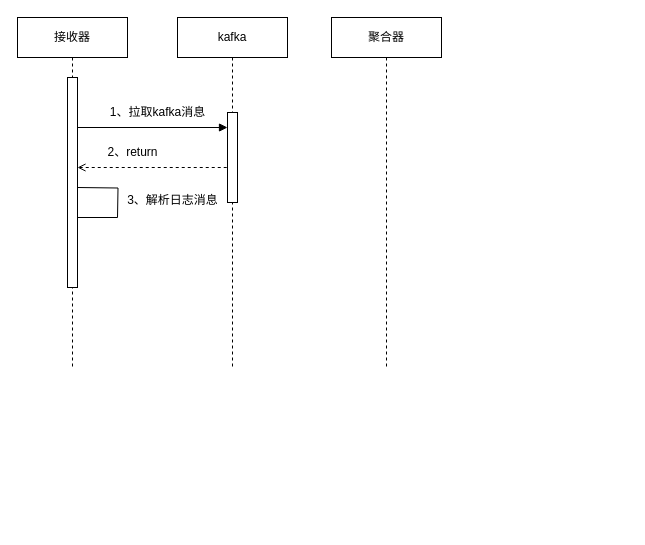
The draw.io diagram 聚合器时序图.drawio in tianshengdiwangK/common, before the edit. Source tidied: cells renumbered, new cells numbered last; positions are measured from the earlier drawing's top-left corner, leaving out a move shared by most shapes. Both pictures are drawn from the tidied source at 100%, with x=0, y=0 at pixel (17, 17).
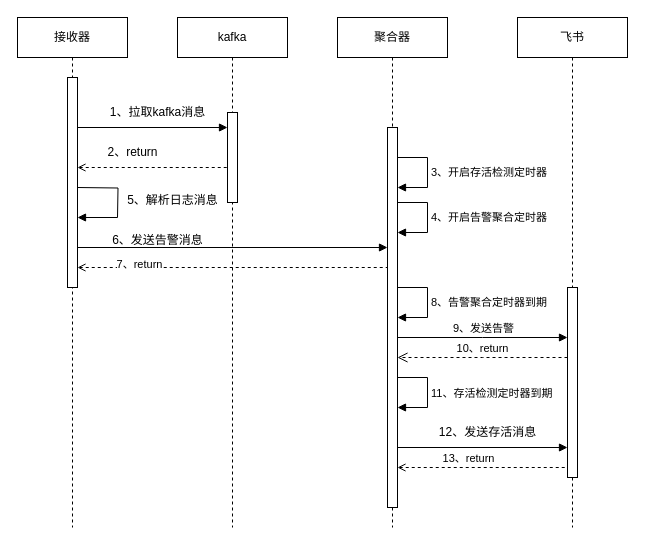
After the change.

Commit message (it also covers changes not shown here):
更新聚合器时序图.drawio

Unchanged cells that the change refers to:
```xml
<mxCell id="5" style="html=1;points=[];perimeter=orthogonalPerimeter;outlineConnect=0;targetShapes=umlLifeline;portConstraint=eastwest;newEdgeStyle={&quot;edgeStyle&quot;:&quot;elbowEdgeStyle&quot;,&quot;elbow&quot;:&quot;vertical&quot;,&quot;curved&quot;:0,&quot;rounded&quot;:0};" parent="4" vertex="1">
  <mxGeometry x="50" y="60" width="10" height="210" as="geometry" />
</mxCell>
```

Diff of the diagram source:
```diff
@@
     <mxCell id="2" value="kafka" style="shape=umlLifeline;perimeter=lifelinePerimeter;whiteSpace=wrap;html=1;newEdgeStyle={&quot;edgeStyle&quot;:&quot;elbowEdgeStyle&quot;,&quot;elbow&quot;:&quot;vertical&quot;,&quot;curved&quot;:0,&quot;rounded&quot;:0};" parent="1" vertex="1">
-      <mxGeometry x="160" width="110" height="350" as="geometry" />
+      <mxGeometry x="160" width="110" height="510" as="geometry" />
     </mxCell>
@@
     <mxCell id="4" value="接收器" style="shape=umlLifeline;perimeter=lifelinePerimeter;whiteSpace=wrap;html=1;newEdgeStyle={&quot;edgeStyle&quot;:&quot;elbowEdgeStyle&quot;,&quot;elbow&quot;:&quot;vertical&quot;,&quot;curved&quot;:0,&quot;rounded&quot;:0};" parent="1" vertex="1">
-      <mxGeometry width="110" height="350" as="geometry" />
+      <mxGeometry width="110" height="510" as="geometry" />
     </mxCell>
@@
-    <mxCell id="6" value="聚合器" style="shape=umlLifeline;perimeter=lifelinePerimeter;whiteSpace=wrap;html=1;newEdgeStyle={&quot;edgeStyle&quot;:&quot;elbowEdgeStyle&quot;,&quot;elbow&quot;:&quot;vertical&quot;,&quot;curved&quot;:0,&quot;rounded&quot;:0};" parent="1" vertex="1">
-      <mxGeometry x="314" width="110" height="350" as="geometry" />
-    </mxCell>
@@
-    <mxCell id="12" style="endArrow=none;endFill=0;endSize=12;html=1;rounded=0;" parent="1" edge="1">
+    <mxCell id="12" style="endArrow=none;endFill=0;endSize=12;html=1;rounded=0;startArrow=block;startFill=1;" parent="1" edge="1">
       <mxGeometry relative="1" as="geometry">
         <mxPoint x="60" y="200" as="sourcePoint" />
         <mxPoint x="100" y="200" as="targetPoint" />
       </mxGeometry>
     </mxCell>
-    <mxCell id="13" value="3、解析日志消息" style="text;html=1;align=center;verticalAlign=middle;strokeColor=none;fillColor=none;" parent="1" vertex="1">
+    <mxCell id="13" value="5、解析日志消息" style="text;html=1;align=center;verticalAlign=middle;strokeColor=none;fillColor=none;" parent="1" vertex="1">
       <mxGeometry x="100" y="168" width="110" height="30" as="geometry" />
     </mxCell>
+    <mxCell id="6" value="聚合器" style="shape=umlLifeline;perimeter=lifelinePerimeter;whiteSpace=wrap;html=1;newEdgeStyle={&quot;edgeStyle&quot;:&quot;elbowEdgeStyle&quot;,&quot;elbow&quot;:&quot;vertical&quot;,&quot;curved&quot;:0,&quot;rounded&quot;:0};" parent="1" vertex="1">
+      <mxGeometry x="320" width="110" height="510" as="geometry" />
+    </mxCell>
+    <mxCell id="14" style="html=1;points=[];perimeter=orthogonalPerimeter;outlineConnect=0;targetShapes=umlLifeline;portConstraint=eastwest;newEdgeStyle={&quot;edgeStyle&quot;:&quot;elbowEdgeStyle&quot;,&quot;elbow&quot;:&quot;vertical&quot;,&quot;curved&quot;:0,&quot;rounded&quot;:0};" parent="6" vertex="1">
+      <mxGeometry x="50" y="110" width="10" height="380" as="geometry" />
+    </mxCell>
+    <mxCell id="15" value="4、开启告警聚合定时器" style="html=1;align=left;spacingLeft=2;endArrow=block;rounded=0;edgeStyle=orthogonalEdgeStyle;curved=0;rounded=0;" parent="6" edge="1" target="14">
+      <mxGeometry relative="1" as="geometry">
+        <mxPoint x="60" y="185" as="sourcePoint" />
+        <Array as="points">
+          <mxPoint x="90" y="185" />
+          <mxPoint x="90" y="215" />
+        </Array>
+      </mxGeometry>
+    </mxCell>
+    <mxCell id="16" value="3、开启存活检测定时器" style="html=1;align=left;spacingLeft=2;endArrow=block;rounded=0;edgeStyle=orthogonalEdgeStyle;curved=0;rounded=0;" parent="6" edge="1">
+      <mxGeometry relative="1" as="geometry">
+        <mxPoint x="60" y="140" as="sourcePoint" />
+        <mxPoint x="60" y="170" as="targetPoint" />
+        <Array as="points">
+          <mxPoint x="90" y="140" />
+          <mxPoint x="90" y="170" />
+        </Array>
+      </mxGeometry>
+    </mxCell>
+    <mxCell id="17" style="endArrow=block;endFill=1;endSize=6;html=1;rounded=0;" parent="1" edge="1">
+      <mxGeometry relative="1" as="geometry">
+        <mxPoint x="60" y="230" as="sourcePoint" />
+        <mxPoint x="370" y="230" as="targetPoint" />
+      </mxGeometry>
+    </mxCell>
+    <mxCell id="18" value="6、发送告警消息" style="text;html=1;align=center;verticalAlign=middle;strokeColor=none;fillColor=none;" parent="1" vertex="1">
+      <mxGeometry x="85" y="208" width="110" height="30" as="geometry" />
+    </mxCell>
+    <mxCell id="19" value="飞书" style="shape=umlLifeline;perimeter=lifelinePerimeter;whiteSpace=wrap;html=1;newEdgeStyle={&quot;edgeStyle&quot;:&quot;elbowEdgeStyle&quot;,&quot;elbow&quot;:&quot;vertical&quot;,&quot;curved&quot;:0,&quot;rounded&quot;:0};" parent="1" vertex="1">
+      <mxGeometry x="500" width="110" height="510" as="geometry" />
+    </mxCell>
+    <mxCell id="20" style="html=1;perimeter=orthogonalPerimeter;targetShapes=umlLifeline;newEdgeStyle={&quot;edgeStyle&quot;:&quot;elbowEdgeStyle&quot;,&quot;elbow&quot;:&quot;vertical&quot;,&quot;curved&quot;:0,&quot;rounded&quot;:0};" parent="19" vertex="1">
+      <mxGeometry x="50" y="270" width="10" height="190" as="geometry" />
+    </mxCell>
+    <mxCell id="21" value="8、告警聚合定时器到期" style="html=1;align=left;spacingLeft=2;endArrow=block;rounded=0;edgeStyle=orthogonalEdgeStyle;curved=0;rounded=0;" parent="1" edge="1">
+      <mxGeometry relative="1" as="geometry">
+        <mxPoint x="380" y="270" as="sourcePoint" />
+        <mxPoint x="380" y="300" as="targetPoint" />
+        <Array as="points">
+          <mxPoint x="410" y="270" />
+          <mxPoint x="410" y="300" />
+        </Array>
+      </mxGeometry>
+    </mxCell>
+    <mxCell id="22" value="9、发送告警" style="html=1;verticalAlign=bottom;endArrow=block;edgeStyle=elbowEdgeStyle;elbow=vertical;curved=0;rounded=0;" parent="1" edge="1">
+      <mxGeometry x="0.01" relative="1" as="geometry">
+        <mxPoint x="380" y="320" as="sourcePoint" />
+        <mxPoint x="550" y="320" as="targetPoint" />
+      </mxGeometry>
+    </mxCell>
+    <mxCell id="23" value="10、return" style="html=1;verticalAlign=bottom;endArrow=open;dashed=1;endSize=8;edgeStyle=elbowEdgeStyle;elbow=vertical;curved=0;rounded=0;" parent="1" edge="1">
+      <mxGeometry relative="1" as="geometry">
+        <mxPoint x="550" y="340" as="sourcePoint" />
+        <mxPoint x="380" y="340" as="targetPoint" />
+      </mxGeometry>
+    </mxCell>
+    <mxCell id="24" value="11、存活检测定时器到期" style="html=1;align=left;spacingLeft=2;endArrow=block;rounded=0;edgeStyle=orthogonalEdgeStyle;curved=0;rounded=0;" parent="1" edge="1">
+      <mxGeometry x="0.02" relative="1" as="geometry">
+        <mxPoint x="380" y="360" as="sourcePoint" />
+        <mxPoint x="380" y="390" as="targetPoint" />
+        <Array as="points">
+          <mxPoint x="410" y="360" />
+          <mxPoint x="410" y="390" />
+        </Array>
+      </mxGeometry>
+    </mxCell>
+    <mxCell id="25" style="endArrow=block;endFill=1;endSize=6;html=1;rounded=0;" parent="1" edge="1">
+      <mxGeometry relative="1" as="geometry">
+        <mxPoint x="380" y="430" as="sourcePoint" />
+        <mxPoint x="550" y="430" as="targetPoint" />
+      </mxGeometry>
+    </mxCell>
+    <mxCell id="26" value="12、发送存活消息" style="text;html=1;align=center;verticalAlign=middle;strokeColor=none;fillColor=none;" parent="1" vertex="1">
+      <mxGeometry x="410" y="400" width="120" height="30" as="geometry" />
+    </mxCell>
+    <mxCell id="27" style="endArrow=none;endFill=0;endSize=12;html=1;rounded=0;dashed=1;startArrow=open;startFill=0;" parent="1" edge="1" source="5">
+      <mxGeometry relative="1" as="geometry">
+        <mxPoint x="370" y="250" as="targetPoint" />
+      </mxGeometry>
+    </mxCell>
+    <mxCell id="28" value="7、return" style="edgeLabel;html=1;align=center;verticalAlign=middle;" parent="27" vertex="1">
+      <mxGeometry x="-0.61" y="4" relative="1" as="geometry">
+        <mxPoint x="1" as="offset" />
+      </mxGeometry>
+    </mxCell>
+    <mxCell id="29" style="endArrow=none;endFill=0;endSize=12;html=1;rounded=0;dashed=1;startArrow=open;startFill=0;" parent="1" edge="1" source="14">
+      <mxGeometry relative="1" as="geometry">
+        <mxPoint x="550" y="450" as="targetPoint" />
+      </mxGeometry>
+    </mxCell>
+    <mxCell id="30" value="13、return" style="edgeLabel;html=1;align=center;verticalAlign=middle;" parent="29" vertex="1">
+      <mxGeometry x="-0.3" y="4" relative="1" as="geometry">
+        <mxPoint x="11" y="-6" as="offset" />
+      </mxGeometry>
+    </mxCell>
```
